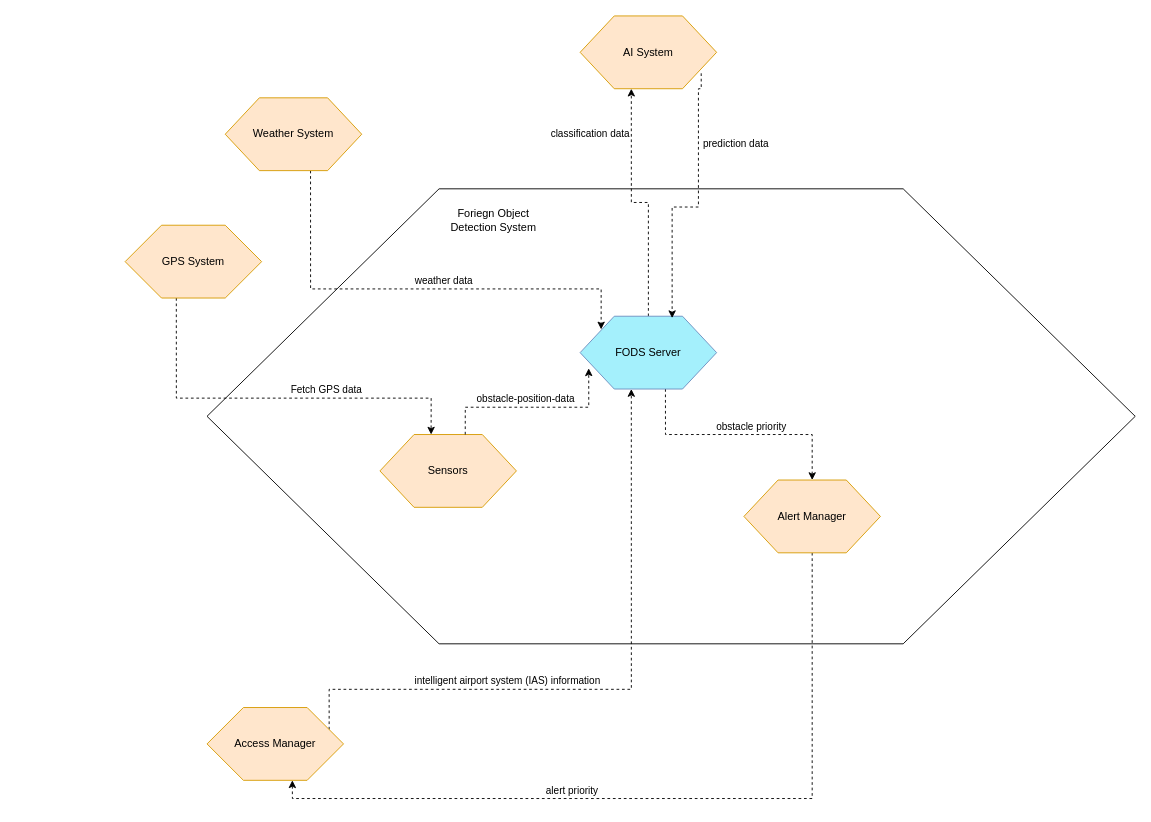
The draw.io diagram Environment Diagram.drawio in varuneranki/MBSE, before the edit. Source tidied: cells renumbered, new cells numbered last; positions are measured from the earlier drawing's top-left corner, leaving out a move shared by most shapes. Both pictures are drawn from the tidied source at 91%, with x=0, y=0 at pixel (125, 15).
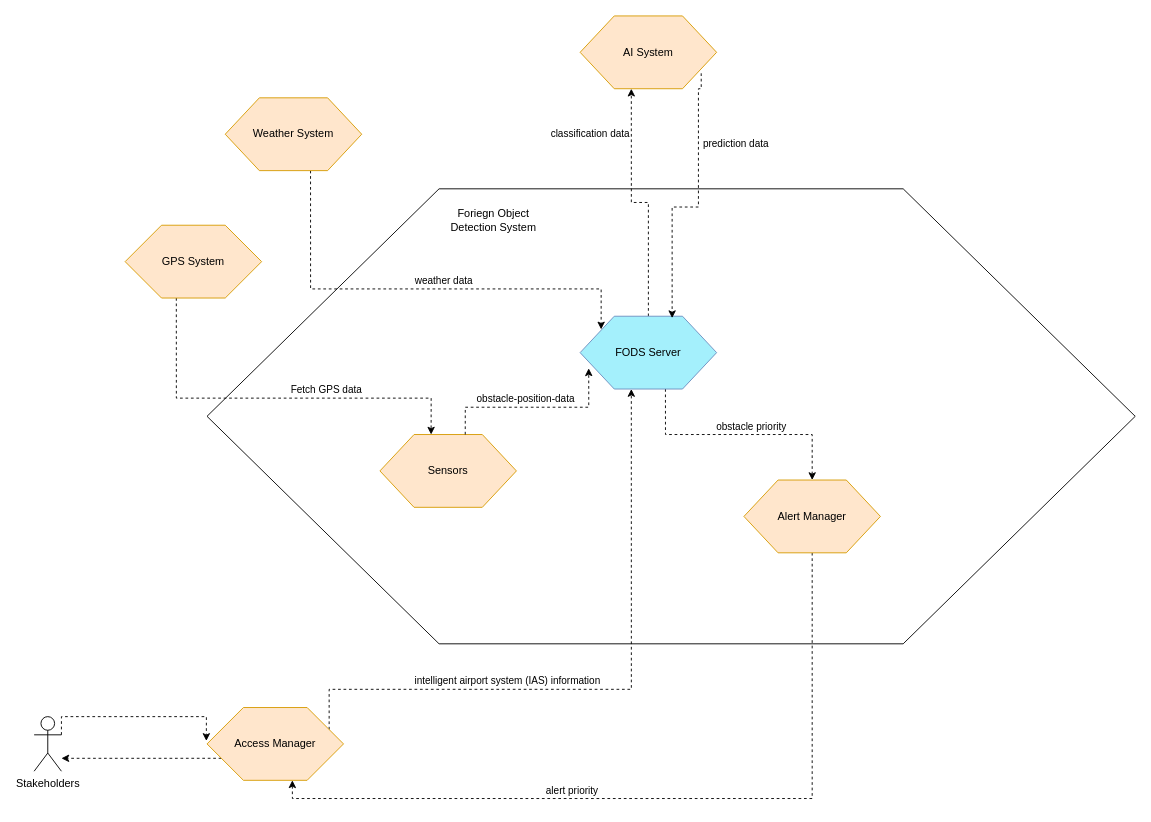
The same diagram, later.

The change refers to these unchanged cells:
```xml
<mxCell id="21" value="Access Manager" style="shape=hexagon;perimeter=hexagonPerimeter2;whiteSpace=wrap;html=1;size=0.26666666666666666;fillColor=#ffe6cc;strokeColor=#d79b00;fontColor=#000000;" parent="1" vertex="1">
  <mxGeometry x="90" y="760" width="150" height="80" as="geometry" />
</mxCell>
```

Diff of the diagram source:
```diff
@@
+    <mxCell id="27" style="edgeStyle=orthogonalEdgeStyle;rounded=0;jettySize=auto;html=1;exitX=0;exitY=0.75;exitDx=0;exitDy=0;dashed=1;" parent="1" edge="1" source="21" target="28">
+      <mxGeometry relative="1" as="geometry">
+        <Array as="points">
+          <mxPoint x="-30" y="816" />
+          <mxPoint x="-30" y="816" />
+        </Array>
+      </mxGeometry>
+    </mxCell>
@@
+    <mxCell id="28" value="Stakeholders" style="shape=umlActor;verticalLabelPosition=bottom;verticalAlign=top;html=1;outlineConnect=0;" parent="1" vertex="1">
+      <mxGeometry x="-100" y="770" width="30" height="60" as="geometry" />
+    </mxCell>
+    <mxCell id="29" style="edgeStyle=orthogonalEdgeStyle;rounded=0;jettySize=auto;html=1;exitX=1;exitY=0.3333333333333333;exitDx=0;exitDy=0;exitPerimeter=0;entryX=-0.005;entryY=0.459;entryDx=0;entryDy=0;entryPerimeter=0;dashed=1;" parent="1" edge="1" source="28" target="21">
+      <mxGeometry relative="1" as="geometry">
+        <Array as="points">
+          <mxPoint x="-70" y="770" />
+          <mxPoint x="89" y="770" />
+        </Array>
+      </mxGeometry>
+    </mxCell>
```
